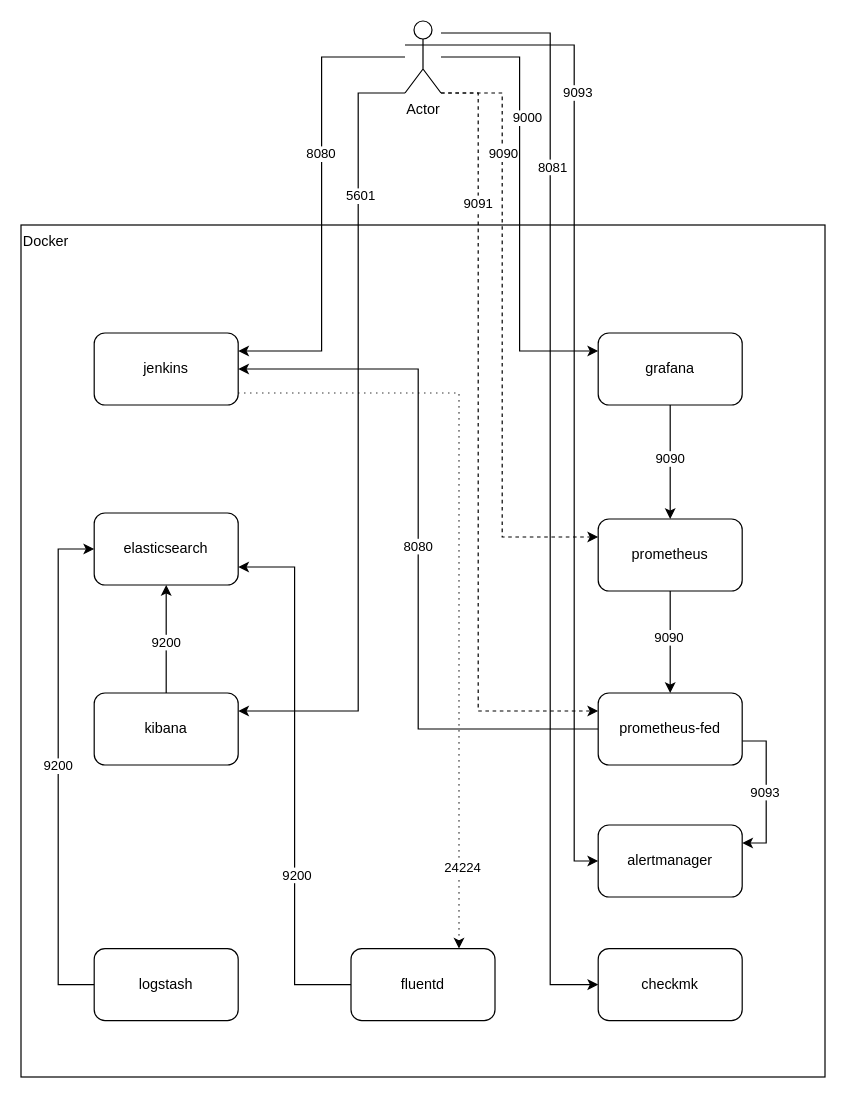
Above: docs/images/diagram.drawio in migueldiaznunez/grauss-docker-compose-bak (draw.io), before the change. Source tidied: cells renumbered, new cells numbered last; positions are measured from the earlier drawing's top-left corner, leaving out a move shared by most shapes. Both pictures are drawn from the tidied source at 120%, with x=0, y=0 at pixel (20, 20).
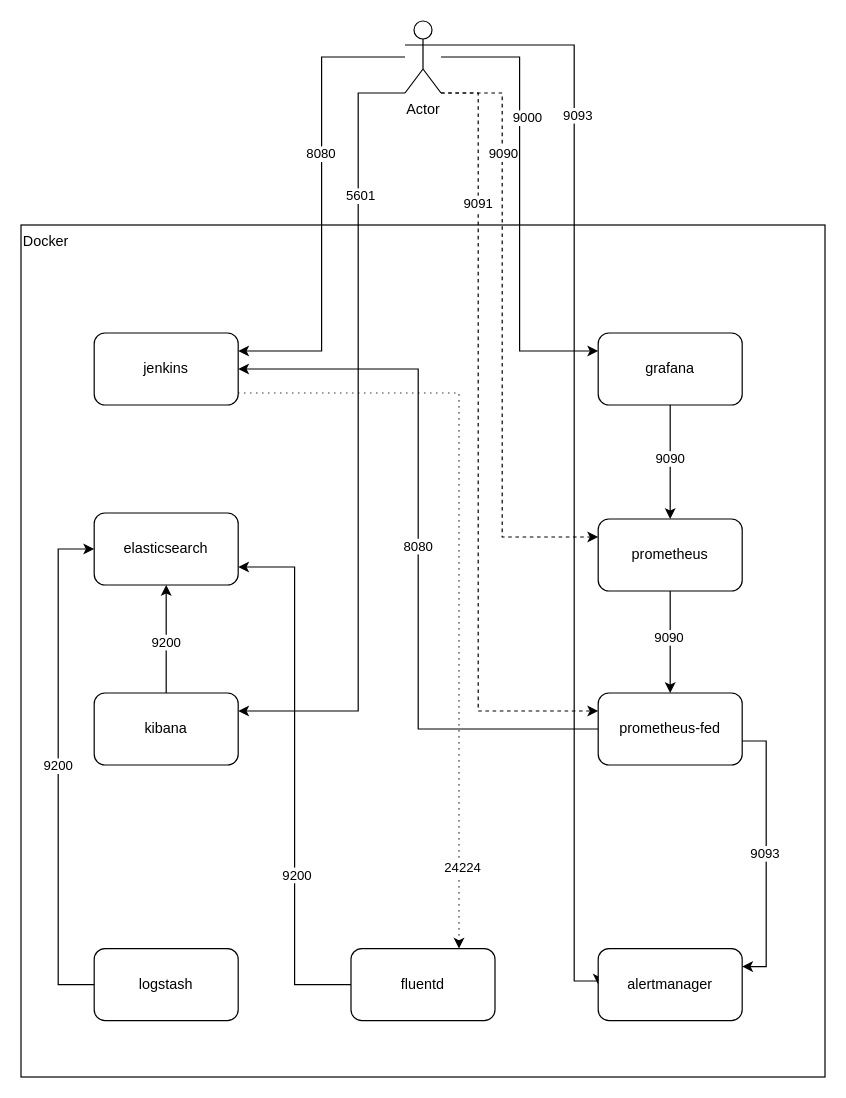
The same page after the edit.

Unchanged cells that the change refers to:
```xml
<mxCell id="20" value="Actor" style="shape=umlActor;verticalLabelPosition=bottom;verticalAlign=top;html=1;outlineConnect=0;" parent="1" vertex="1">
  <mxGeometry x="320" width="30" height="60" as="geometry" />
</mxCell>
<mxCell id="35" value="prometheus-fed" style="rounded=1;whiteSpace=wrap;html=1;" parent="1" vertex="1">
  <mxGeometry x="481" y="560" width="120" height="60" as="geometry" />
</mxCell>
```

What changed in the source:
```diff
@@
-    <mxCell id="16" style="edgeStyle=orthogonalEdgeStyle;rounded=0;jettySize=auto;html=1;entryX=0;entryY=0.5;entryDx=0;entryDy=0;" parent="1" edge="1" source="20" target="38">
-      <mxGeometry relative="1" as="geometry">
-        <Array as="points">
-          <mxPoint x="441" y="10" />
-          <mxPoint x="441" y="803" />
-        </Array>
-      </mxGeometry>
-    </mxCell>
-    <mxCell id="17" value="8081" style="edgeLabel;html=1;align=center;verticalAlign=middle;" parent="16" vertex="1">
-      <mxGeometry x="-0.61" y="1" relative="1" as="geometry">
-        <mxPoint y="22" as="offset" />
-      </mxGeometry>
-    </mxCell>
     <mxCell id="18" style="edgeStyle=orthogonalEdgeStyle;rounded=0;jettySize=auto;html=1;entryX=0;entryY=0.5;entryDx=0;entryDy=0;" parent="1" edge="1" source="20" target="42">
       <mxGeometry relative="1" as="geometry">
         <Array as="points">
           <mxPoint x="461" y="20" />
-          <mxPoint x="461" y="700" />
+          <mxPoint x="461" y="800" />
+          <mxPoint x="481" y="800" />
         </Array>
       </mxGeometry>
     </mxCell>
@@
     <mxCell id="33" style="edgeStyle=orthogonalEdgeStyle;rounded=0;jettySize=auto;html=1;entryX=1;entryY=0.25;entryDx=0;entryDy=0;" parent="1" edge="1" source="35" target="42">
       <mxGeometry relative="1" as="geometry">
         <Array as="points">
           <mxPoint x="621" y="600" />
-          <mxPoint x="621" y="685" />
+          <mxPoint x="621" y="788" />
         </Array>
       </mxGeometry>
     </mxCell>
@@
-    <mxCell id="38" value="checkmk" style="rounded=1;whiteSpace=wrap;html=1;" parent="1" vertex="1">
-      <mxGeometry x="481" y="773" width="120" height="60" as="geometry" />
-    </mxCell>
@@
     <mxCell id="42" value="alertmanager" style="rounded=1;whiteSpace=wrap;html=1;" parent="1" vertex="1">
-      <mxGeometry x="481" y="670" width="120" height="60" as="geometry" />
+      <mxGeometry x="481" y="773" width="120" height="60" as="geometry" />
     </mxCell>
```
